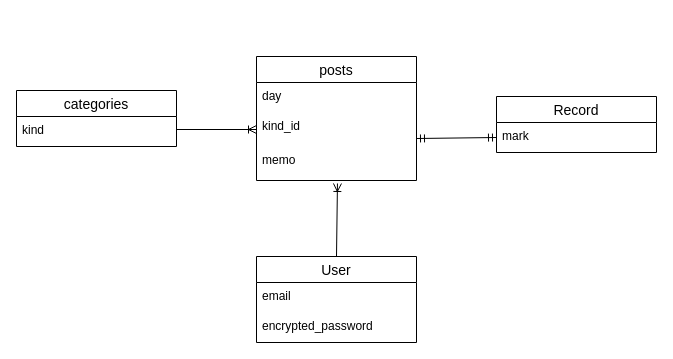
Before: ER.dio in chiharu05/sleep_diary, a draw.io diagram. Source tidied: cells renumbered, new cells numbered last; positions are measured from the earlier drawing's top-left corner, leaving out a move shared by most shapes. Both pictures are drawn from the tidied source at 100%, with x=0, y=0 at pixel (16, 56).
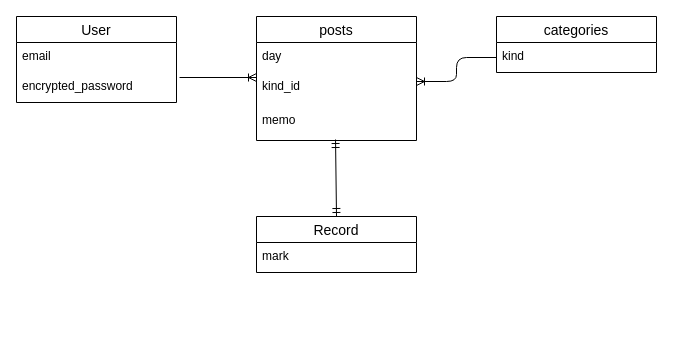
The same diagram, later.

Diff of the diagram source:
```diff
@@
 <mxGraphModel>
   <root>
     <mxCell id="0" />
     <mxCell id="1" parent="0" />
     <mxCell id="2" value="categories" style="swimlane;fontStyle=0;horizontal=1;startSize=26;align=center;fontSize=14;" parent="1" vertex="1">
-      <mxGeometry y="34" width="160" height="56" as="geometry" />
+      <mxGeometry x="480" y="-40" width="160" height="56" as="geometry" />
     </mxCell>
     <mxCell id="3" value="kind" style="text;strokeColor=none;fillColor=none;spacingLeft=4;spacingRight=4;overflow=hidden;points=[[0,0.5],[1,0.5]];portConstraint=eastwest;fontSize=12;" parent="2" vertex="1">
       <mxGeometry y="26" width="160" height="30" as="geometry" />
     </mxCell>
     <mxCell id="4" value="posts" style="swimlane;fontStyle=0;horizontal=1;startSize=26;align=center;fontSize=14;" parent="1" vertex="1">
-      <mxGeometry x="240" width="160" height="124" as="geometry" />
+      <mxGeometry x="240" y="-40" width="160" height="124" as="geometry" />
     </mxCell>
     <mxCell id="5" value="day" style="text;strokeColor=none;fillColor=none;spacingLeft=4;spacingRight=4;overflow=hidden;fontSize=12;" parent="4" vertex="1">
       <mxGeometry y="26" width="160" height="30" as="geometry" />
     </mxCell>
     <mxCell id="6" value="kind_id" style="text;strokeColor=none;fillColor=none;spacingLeft=4;spacingRight=4;overflow=hidden;points=[[0,0.5],[1,0.5]];portConstraint=eastwest;fontSize=12;" parent="4" vertex="1">
       <mxGeometry y="56" width="160" height="34" as="geometry" />
     </mxCell>
     <mxCell id="7" value="memo" style="text;strokeColor=none;fillColor=none;spacingLeft=4;spacingRight=4;overflow=hidden;points=[[0,0.5],[1,0.5]];portConstraint=eastwest;fontSize=12;" parent="4" vertex="1">
       <mxGeometry y="90" width="160" height="34" as="geometry" />
     </mxCell>
-    <mxCell id="8" style="fontSize=12;html=1;endArrow=ERoneToMany;entryX=0;entryY=0.5;entryDx=0;entryDy=0;" parent="1" edge="1" target="6">
-      <mxGeometry relative="1" as="geometry">
-        <mxPoint x="160" y="73" as="sourcePoint" />
-      </mxGeometry>
+    <mxCell id="8" style="fontSize=12;html=1;endArrow=ERoneToMany;exitX=0;exitY=0.5;exitDx=0;exitDy=0;entryX=1;entryY=0.265;entryDx=0;entryDy=0;entryPerimeter=0;edgeStyle=orthogonalEdgeStyle;" parent="1" edge="1" source="3" target="6">
+      <mxGeometry relative="1" as="geometry" />
     </mxCell>
     <mxCell id="9" value="Record" style="swimlane;fontStyle=0;horizontal=1;startSize=26;align=center;fontSize=14;" parent="1" vertex="1">
-      <mxGeometry x="480" y="40" width="160" height="56" as="geometry" />
+      <mxGeometry x="240" y="160" width="160" height="56" as="geometry" />
     </mxCell>
     <mxCell id="10" value="mark" style="text;strokeColor=none;fillColor=none;spacingLeft=4;spacingRight=4;overflow=hidden;points=[[0,0.5],[1,0.5]];portConstraint=eastwest;fontSize=12;" parent="9" vertex="1">
       <mxGeometry y="26" width="160" height="30" as="geometry" />
     </mxCell>
-    <mxCell id="11" style="fontSize=12;html=1;endArrow=ERoneToMany;exitX=0.5;exitY=0;exitDx=0;exitDy=0;entryX=0.506;entryY=1.088;entryDx=0;entryDy=0;entryPerimeter=0;" parent="1" edge="1" source="12" target="7">
-      <mxGeometry relative="1" as="geometry" />
+    <mxCell id="11" style="fontSize=12;html=1;endArrow=ERoneToMany;exitX=1.019;exitY=0.167;exitDx=0;exitDy=0;exitPerimeter=0;" parent="1" edge="1" source="14">
+      <mxGeometry relative="1" as="geometry">
+        <mxPoint x="240" y="21" as="targetPoint" />
+      </mxGeometry>
     </mxCell>
     <mxCell id="12" value="User" style="swimlane;fontStyle=0;horizontal=1;startSize=26;align=center;fontSize=14;" parent="1" vertex="1">
-      <mxGeometry x="240" y="200" width="160" height="86" as="geometry" />
+      <mxGeometry y="-40" width="160" height="86" as="geometry" />
     </mxCell>
     <mxCell id="13" value="email" style="text;strokeColor=none;fillColor=none;spacingLeft=4;spacingRight=4;overflow=hidden;fontSize=12;" parent="12" vertex="1">
       <mxGeometry y="26" width="160" height="30" as="geometry" />
     </mxCell>
     <mxCell id="14" value="encrypted_password" style="text;strokeColor=none;fillColor=none;spacingLeft=4;spacingRight=4;overflow=hidden;points=[[0,0.5],[1,0.5]];portConstraint=eastwest;fontSize=12;" parent="12" vertex="1">
       <mxGeometry y="56" width="160" height="30" as="geometry" />
     </mxCell>
-    <mxCell id="15" style="fontSize=12;html=1;endArrow=ERmandOne;startArrow=ERmandOne;exitX=1;exitY=0.765;exitDx=0;exitDy=0;entryX=0;entryY=0.5;entryDx=0;entryDy=0;exitPerimeter=0;" parent="1" edge="1" source="6" target="10">
+    <mxCell id="15" style="fontSize=12;html=1;endArrow=ERmandOne;startArrow=ERmandOne;entryX=0.5;entryY=0;entryDx=0;entryDy=0;exitX=0.494;exitY=0.971;exitDx=0;exitDy=0;exitPerimeter=0;" parent="1" edge="1" source="7" target="9">
       <mxGeometry relative="1" as="geometry" />
     </mxCell>
   </root>
 </mxGraphModel>
```
